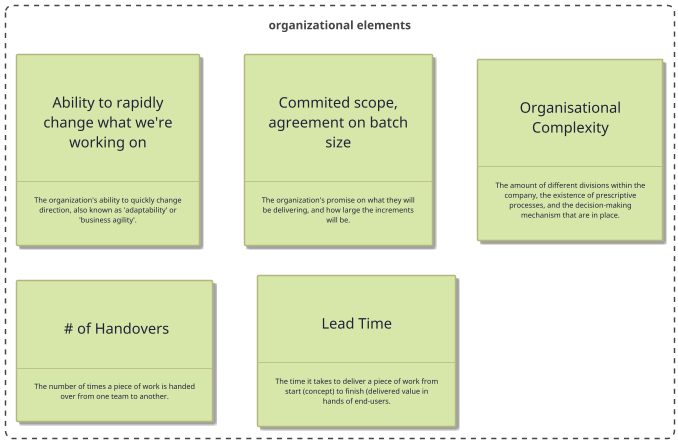
Above: static/images/kata/organizational_elements_TO-ADD.png in sddevelopment-be/systems-thinking-kata (PlantUML), before the change. Source of this version:
```plantuml
@startuml

!include ../templates/puml-theme-stickies.puml

skinparam backgroundColor white



Boundary(organizational, "organizational elements") {
	Sticky(adaptability, "Ability to rapidly change what we're working on", "The organization's ability to quickly change direction, also known as 'adaptability' or 'business agility'.")
	Sticky(scope, "Commited scope, agreement on batch size", "The organization's promise on what they will be delivering, and how large the increments will be.")
  Sticky(complexity, "Organisational Complexity", "The amount of different divisions within the company, the existence of prescriptive processes, and the decision-making mechanism that are in place.")
  Sticky(handovers, " # of Handovers", "The number of times a piece of work is handed over from one team to another.")
  Sticky(lead_time, "Lead Time", "The time it takes to deliver a piece of work from start (concept) to finish (delivered value in hands of end-users.")
}




@enduml
```
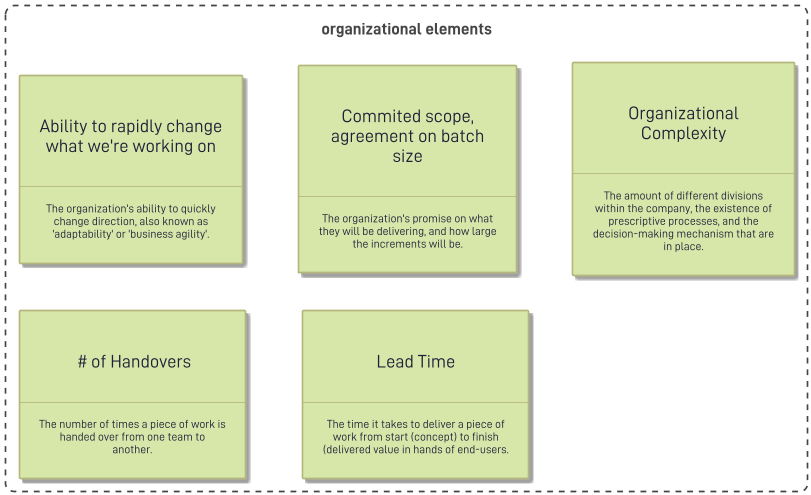
The same diagram one commit later.

Diff of the diagram source:
```diff
@@ -3,18 +3,16 @@
 !include ../templates/puml-theme-stickies.puml
 
 skinparam backgroundColor white
-
+skinparam linetype disabled
 
 
 Boundary(organizational, "organizational elements") {
 	Sticky(adaptability, "Ability to rapidly change what we're working on", "The organization's ability to quickly change direction, also known as 'adaptability' or 'business agility'.")
 	Sticky(scope, "Commited scope, agreement on batch size", "The organization's promise on what they will be delivering, and how large the increments will be.")
-  Sticky(complexity, "Organisational Complexity", "The amount of different divisions within the company, the existence of prescriptive processes, and the decision-making mechanism that are in place.")
+  Sticky(complexity, "Organizational Complexity", "The amount of different divisions within the company, the existence of prescriptive processes, and the decision-making mechanism that are in place.")
   Sticky(handovers, " # of Handovers", "The number of times a piece of work is handed over from one team to another.")
   Sticky(lead_time, "Lead Time", "The time it takes to deliver a piece of work from start (concept) to finish (delivered value in hands of end-users.")
 }
 
 
-
-
 @enduml
```
